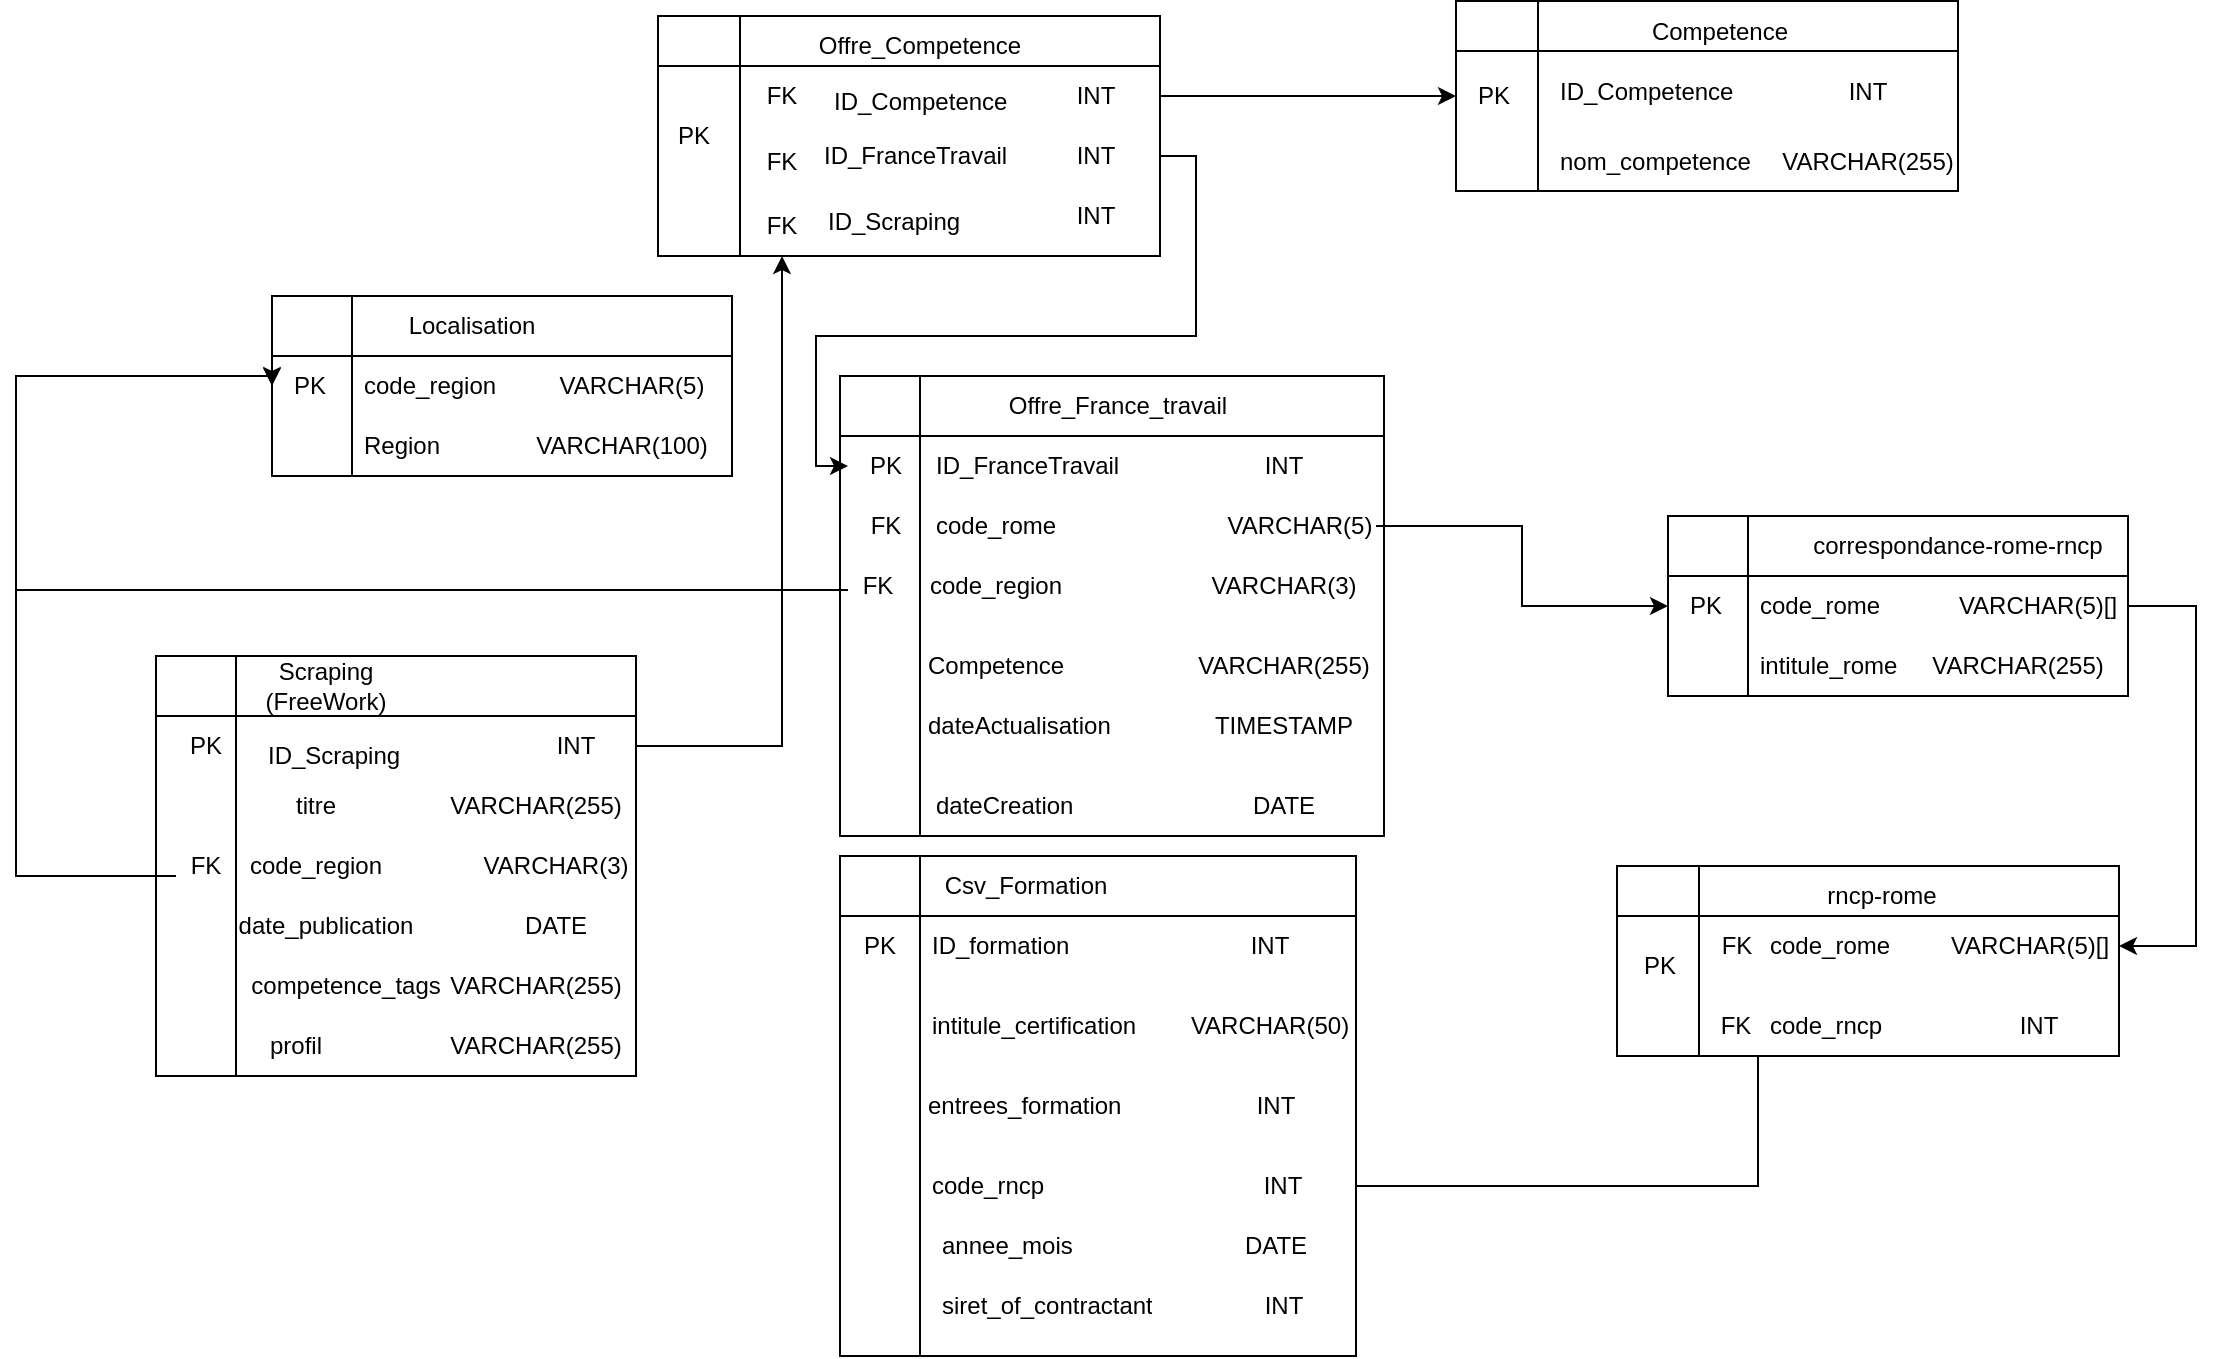
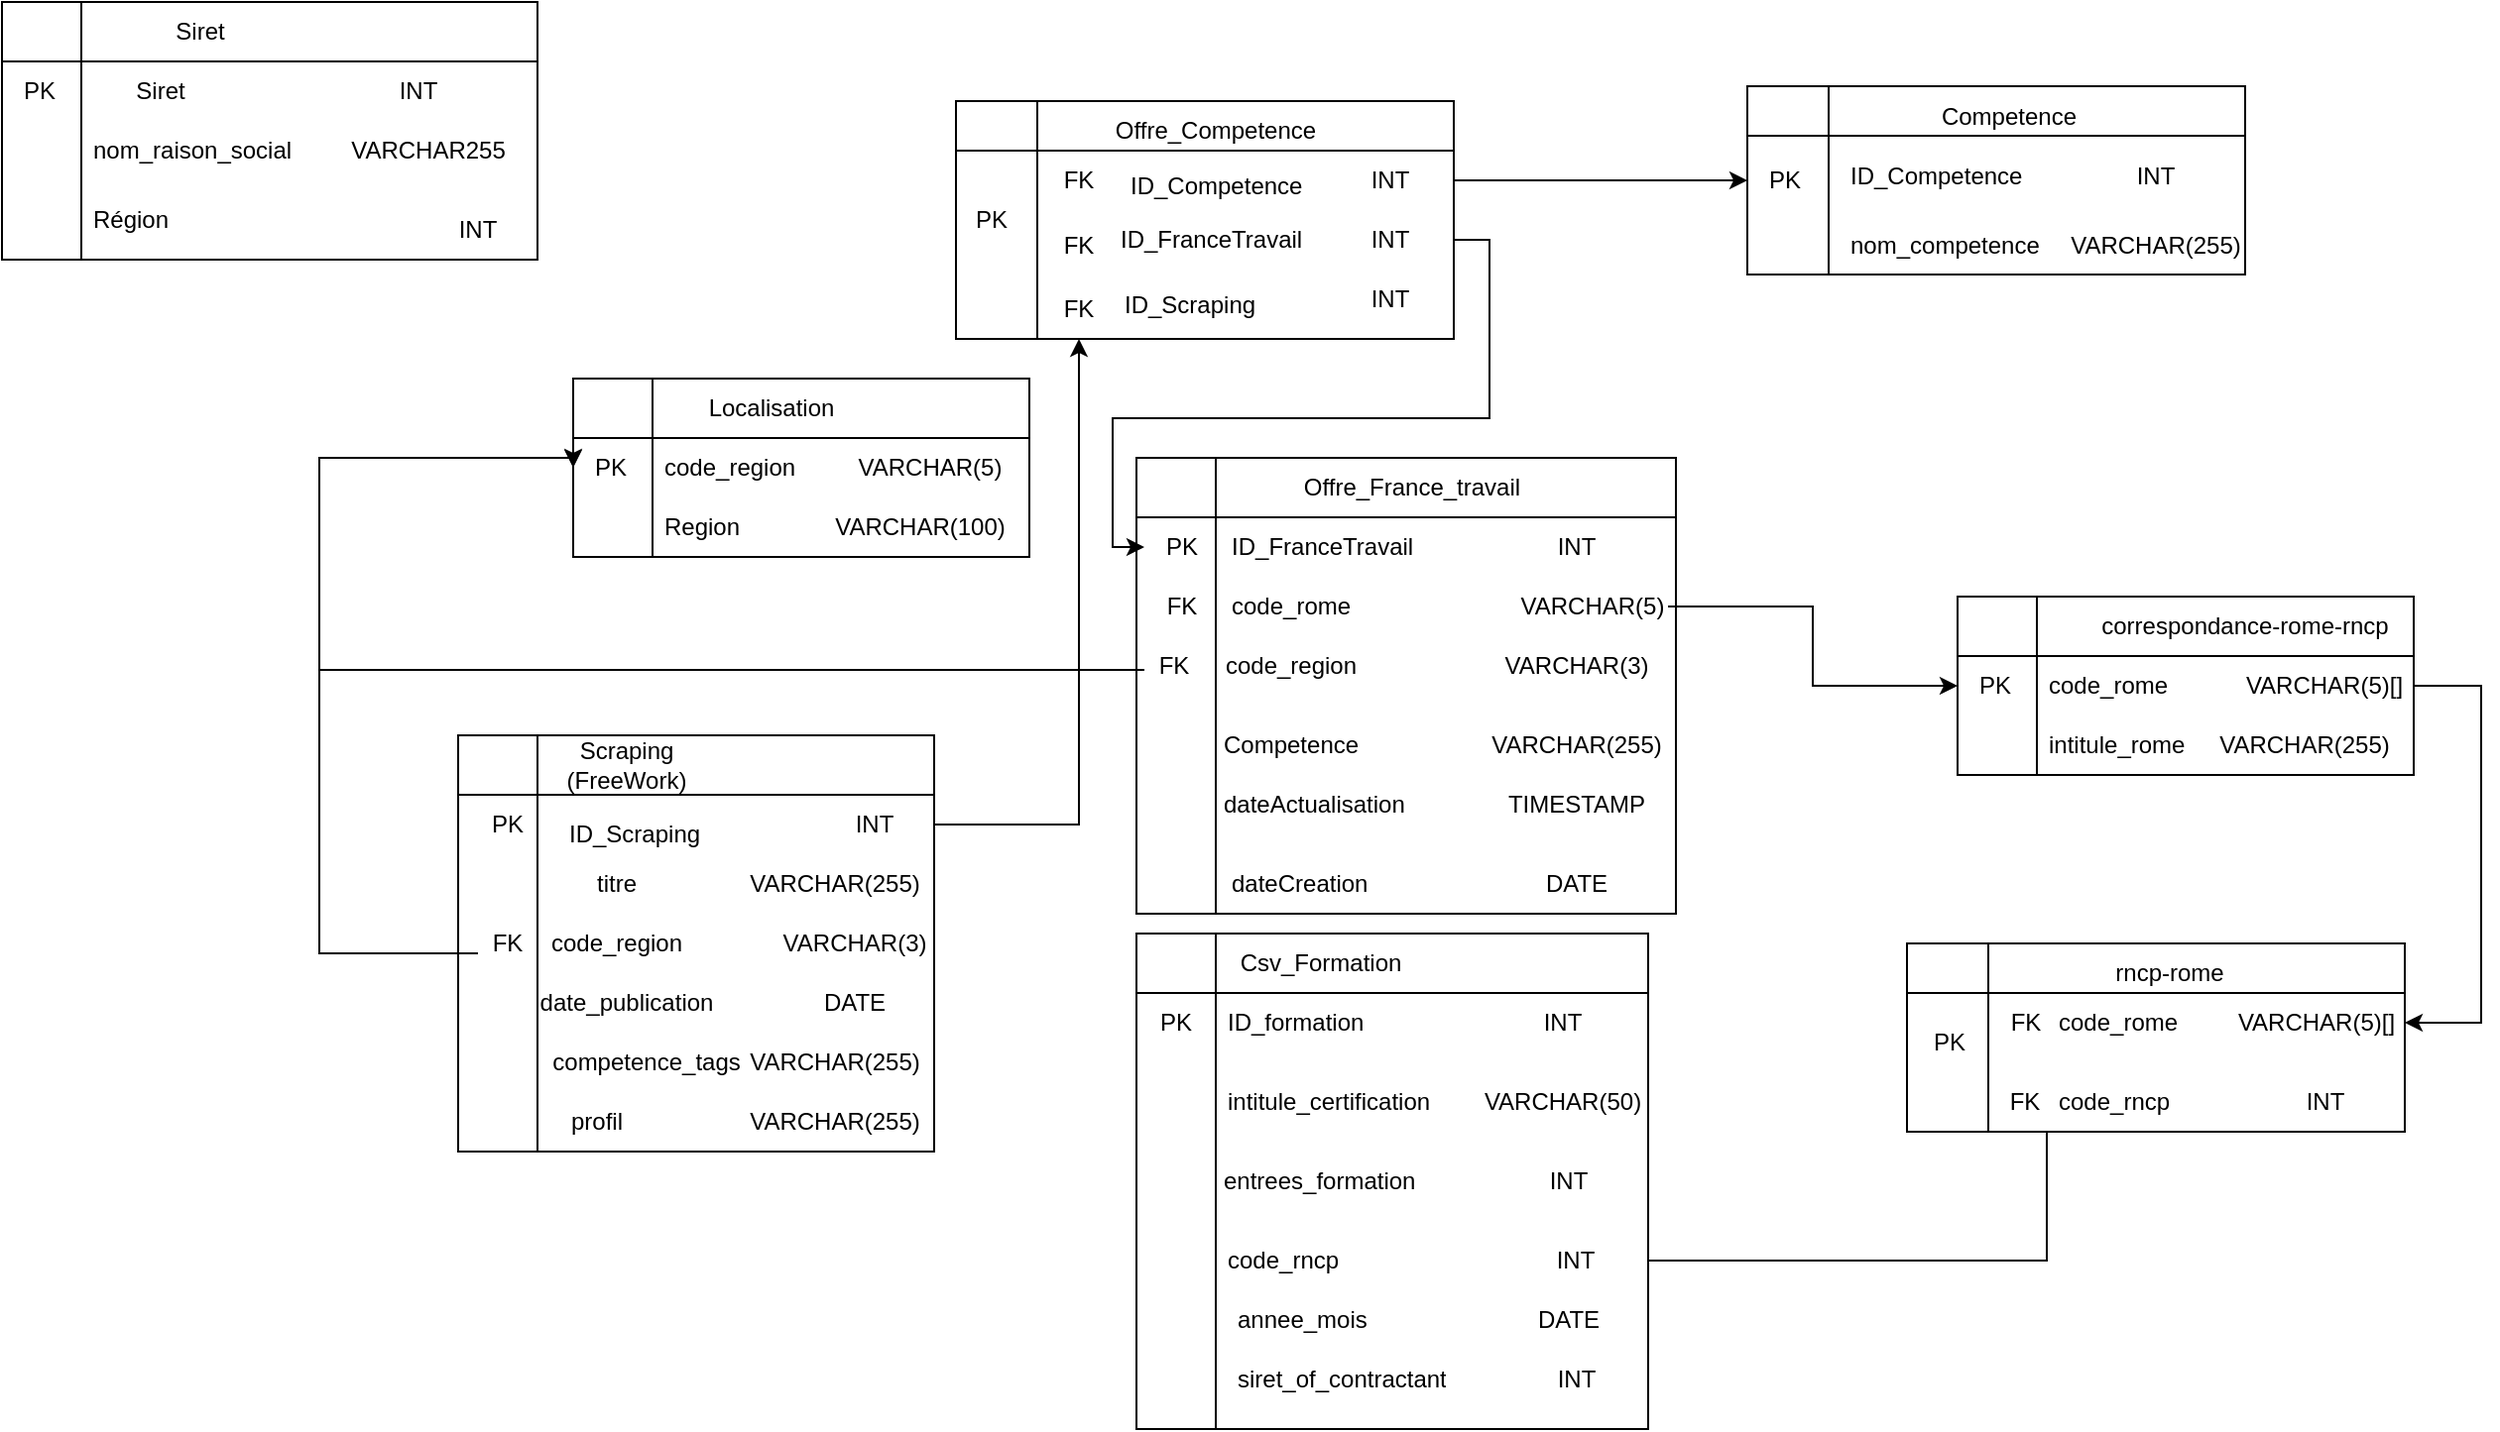
<mxfile host="Electron">
  <diagram name="Page-1" id="a_VvsDKZCs2n-q3zeITP">
-     <mxGraphModel dx="2237" dy="1902" grid="1" gridSize="10" guides="1" tooltips="1" connect="1" arrows="1" fold="1" page="1" pageScale="1" pageWidth="827" pageHeight="1169" math="0" shadow="0">
+     <mxGraphModel dx="2779" dy="2184" grid="1" gridSize="10" guides="1" tooltips="1" connect="1" arrows="1" fold="1" page="1" pageScale="1" pageWidth="827" pageHeight="1169" math="0" shadow="0">
      <root>
        <mxCell id="0" />
        <mxCell id="1" parent="0" />
        <mxCell id="06uHW34ZKOic_WIQbYIw-59" parent="1" style="shape=internalStorage;whiteSpace=wrap;html=1;backgroundOutline=1;dx=40;dy=30;" value="" vertex="1">
          <mxGeometry height="250" width="258" x="22" y="260" as="geometry" />
        </mxCell>
        <mxCell id="06uHW34ZKOic_WIQbYIw-60" parent="1" style="text;html=1;whiteSpace=wrap;strokeColor=none;fillColor=none;align=center;verticalAlign=middle;rounded=0;" value="Csv_Formation" vertex="1">
          <mxGeometry height="30" width="46" x="92" y="260" as="geometry" />
        </mxCell>
        <mxCell id="06uHW34ZKOic_WIQbYIw-58" parent="1" style="text;strokeColor=none;fillColor=none;align=left;verticalAlign=middle;spacingLeft=4;spacingRight=4;overflow=hidden;points=[[0,0.5],[1,0.5]];portConstraint=eastwest;rotatable=0;whiteSpace=wrap;html=1;" value="ID_formation" vertex="1">
          <mxGeometry height="30" width="140" x="62" y="290" as="geometry" />
        </mxCell>
        <mxCell id="06uHW34ZKOic_WIQbYIw-62" parent="1" style="text;html=1;whiteSpace=wrap;strokeColor=none;fillColor=none;align=center;verticalAlign=middle;rounded=0;" value="PK" vertex="1">
          <mxGeometry height="30" width="40" x="22" y="290" as="geometry" />
        </mxCell>
        <mxCell id="06uHW34ZKOic_WIQbYIw-40" parent="1" style="text;strokeColor=none;fillColor=none;align=left;verticalAlign=middle;spacingLeft=4;spacingRight=4;overflow=hidden;points=[[0,0.5],[1,0.5]];portConstraint=eastwest;rotatable=0;whiteSpace=wrap;html=1;" value="intitule_certification" vertex="1">
          <mxGeometry height="30" width="140" x="62" y="330" as="geometry" />
        </mxCell>
        <mxCell id="06uHW34ZKOic_WIQbYIw-41" parent="1" style="text;strokeColor=none;fillColor=none;align=left;verticalAlign=middle;spacingLeft=4;spacingRight=4;overflow=hidden;points=[[0,0.5],[1,0.5]];portConstraint=eastwest;rotatable=0;whiteSpace=wrap;html=1;" value="code_rncp" vertex="1">
          <mxGeometry height="30" width="140" x="62" y="410" as="geometry" />
        </mxCell>
        <mxCell id="06uHW34ZKOic_WIQbYIw-49" parent="1" style="text;strokeColor=none;fillColor=none;align=left;verticalAlign=middle;spacingLeft=4;spacingRight=4;overflow=hidden;points=[[0,0.5],[1,0.5]];portConstraint=eastwest;rotatable=0;whiteSpace=wrap;html=1;" value="annee_mois" vertex="1">
          <mxGeometry height="30" width="140" x="67" y="440" as="geometry" />
        </mxCell>
        <mxCell id="06uHW34ZKOic_WIQbYIw-50" parent="1" style="text;strokeColor=none;fillColor=none;align=left;verticalAlign=middle;spacingLeft=4;spacingRight=4;overflow=hidden;points=[[0,0.5],[1,0.5]];portConstraint=eastwest;rotatable=0;whiteSpace=wrap;html=1;" value="entrees_formation" vertex="1">
          <mxGeometry height="30" width="140" x="60" y="370" as="geometry" />
        </mxCell>
        <mxCell id="06uHW34ZKOic_WIQbYIw-63" parent="1" style="shape=internalStorage;whiteSpace=wrap;html=1;backgroundOutline=1;dx=40;dy=30;" value="" vertex="1">
          <mxGeometry height="230" width="272" x="22" y="20" as="geometry" />
        </mxCell>
        <mxCell id="06uHW34ZKOic_WIQbYIw-64" parent="1" style="shape=internalStorage;whiteSpace=wrap;html=1;backgroundOutline=1;dx=40;dy=30;" value="" vertex="1">
          <mxGeometry height="210" width="240" x="-320" y="160" as="geometry" />
        </mxCell>
        <mxCell id="06uHW34ZKOic_WIQbYIw-66" parent="1" style="text;html=1;whiteSpace=wrap;strokeColor=none;fillColor=none;align=center;verticalAlign=middle;rounded=0;" value="Offre_France_travail" vertex="1">
          <mxGeometry height="30" width="194" x="64" y="20" as="geometry" />
        </mxCell>
        <mxCell id="06uHW34ZKOic_WIQbYIw-52" parent="1" style="text;strokeColor=none;fillColor=none;align=left;verticalAlign=middle;spacingLeft=4;spacingRight=4;overflow=hidden;points=[[0,0.5],[1,0.5]];portConstraint=eastwest;rotatable=0;whiteSpace=wrap;html=1;" value="Competence" vertex="1">
          <mxGeometry height="30" width="140" x="60" y="150" as="geometry" />
        </mxCell>
        <mxCell id="06uHW34ZKOic_WIQbYIw-55" parent="1" style="text;strokeColor=none;fillColor=none;align=left;verticalAlign=middle;spacingLeft=4;spacingRight=4;overflow=hidden;points=[[0,0.5],[1,0.5]];portConstraint=eastwest;rotatable=0;whiteSpace=wrap;html=1;" value="code_rome" vertex="1">
          <mxGeometry height="30" width="140" x="64" y="80" as="geometry" />
        </mxCell>
        <mxCell id="06uHW34ZKOic_WIQbYIw-3" parent="1" style="text;strokeColor=none;fillColor=none;align=left;verticalAlign=middle;spacingLeft=4;spacingRight=4;overflow=hidden;points=[[0,0.5],[1,0.5]];portConstraint=eastwest;rotatable=0;whiteSpace=wrap;html=1;" value="dateActualisation" vertex="1">
          <mxGeometry height="30" width="140" x="60" y="180" as="geometry" />
        </mxCell>
        <mxCell id="06uHW34ZKOic_WIQbYIw-4" parent="1" style="text;strokeColor=none;fillColor=none;align=left;verticalAlign=middle;spacingLeft=4;spacingRight=4;overflow=hidden;points=[[0,0.5],[1,0.5]];portConstraint=eastwest;rotatable=0;whiteSpace=wrap;html=1;" value="dateCreation" vertex="1">
          <mxGeometry height="30" width="140" x="64" y="220" as="geometry" />
        </mxCell>
        <mxCell id="06uHW34ZKOic_WIQbYIw-68" parent="1" style="text;html=1;whiteSpace=wrap;strokeColor=none;fillColor=none;align=center;verticalAlign=middle;rounded=0;" value="PK" vertex="1">
          <mxGeometry height="30" width="38" x="26" y="50" as="geometry" />
        </mxCell>
        <mxCell id="06uHW34ZKOic_WIQbYIw-69" parent="1" style="text;strokeColor=none;fillColor=none;align=left;verticalAlign=middle;spacingLeft=4;spacingRight=4;overflow=hidden;points=[[0,0.5],[1,0.5]];portConstraint=eastwest;rotatable=0;whiteSpace=wrap;html=1;" value="ID_&lt;span style=&quot;background-color: transparent; color: light-dark(rgb(0, 0, 0), rgb(255, 255, 255));&quot;&gt;FranceTravail&lt;/span&gt;" vertex="1">
          <mxGeometry height="30" width="140" x="64" y="50" as="geometry" />
        </mxCell>
        <mxCell id="06uHW34ZKOic_WIQbYIw-72" parent="1" style="text;html=1;whiteSpace=wrap;strokeColor=none;fillColor=none;align=center;verticalAlign=middle;rounded=0;" value="Scraping (FreeWork)" vertex="1">
          <mxGeometry height="30" width="90" x="-280" y="160" as="geometry" />
        </mxCell>
        <mxCell id="06uHW34ZKOic_WIQbYIw-73" parent="1" style="text;html=1;whiteSpace=wrap;strokeColor=none;fillColor=none;align=center;verticalAlign=middle;rounded=0;" value="PK" vertex="1">
          <mxGeometry height="30" width="50" x="-320" y="190" as="geometry" />
        </mxCell>
        <mxCell id="06uHW34ZKOic_WIQbYIw-74" parent="1" style="text;strokeColor=none;fillColor=none;align=left;verticalAlign=middle;spacingLeft=4;spacingRight=4;overflow=hidden;points=[[0,0.5],[1,0.5]];portConstraint=eastwest;rotatable=0;whiteSpace=wrap;html=1;" value="ID_Scraping" vertex="1">
          <mxGeometry height="20" width="90" x="-270" y="200" as="geometry" />
        </mxCell>
        <mxCell id="06uHW34ZKOic_WIQbYIw-86" parent="1" style="text;html=1;whiteSpace=wrap;strokeColor=none;fillColor=none;align=center;verticalAlign=middle;rounded=0;" value="INT" vertex="1">
          <mxGeometry height="30" width="60" x="214" y="50" as="geometry" />
        </mxCell>
        <mxCell id="GHxzwjz7yCiV_zcave8q-24" edge="1" parent="1" source="06uHW34ZKOic_WIQbYIw-89" style="edgeStyle=orthogonalEdgeStyle;rounded=0;orthogonalLoop=1;jettySize=auto;html=1;entryX=0;entryY=0.5;entryDx=0;entryDy=0;" target="GHxzwjz7yCiV_zcave8q-12">
          <mxGeometry relative="1" as="geometry" />
        </mxCell>
        <mxCell id="06uHW34ZKOic_WIQbYIw-89" parent="1" style="text;html=1;whiteSpace=wrap;strokeColor=none;fillColor=none;align=center;verticalAlign=middle;rounded=0;" value="VARCHAR(5)" vertex="1">
          <mxGeometry height="30" width="76" x="214" y="80" as="geometry" />
        </mxCell>
        <mxCell id="06uHW34ZKOic_WIQbYIw-91" parent="1" style="text;html=1;whiteSpace=wrap;strokeColor=none;fillColor=none;align=center;verticalAlign=middle;rounded=0;" value="TIMESTAMP" vertex="1">
          <mxGeometry height="30" width="100" x="194" y="180" as="geometry" />
        </mxCell>
        <mxCell id="06uHW34ZKOic_WIQbYIw-92" parent="1" style="text;html=1;whiteSpace=wrap;strokeColor=none;fillColor=none;align=center;verticalAlign=middle;rounded=0;" value="DATE" vertex="1">
          <mxGeometry height="30" width="100" x="194" y="220" as="geometry" />
        </mxCell>
        <mxCell id="06uHW34ZKOic_WIQbYIw-93" parent="1" style="text;html=1;whiteSpace=wrap;strokeColor=none;fillColor=none;align=center;verticalAlign=middle;rounded=0;" value="VARCHAR(255)" vertex="1">
          <mxGeometry height="30" width="60" x="214" y="150" as="geometry" />
        </mxCell>
        <mxCell id="06uHW34ZKOic_WIQbYIw-94" parent="1" style="text;html=1;whiteSpace=wrap;strokeColor=none;fillColor=none;align=center;verticalAlign=middle;rounded=0;" value="INT" vertex="1">
          <mxGeometry height="30" width="30" x="222" y="290" as="geometry" />
        </mxCell>
        <mxCell id="06uHW34ZKOic_WIQbYIw-97" parent="1" style="text;html=1;whiteSpace=wrap;strokeColor=none;fillColor=none;align=center;verticalAlign=middle;rounded=0;" value="DATE" vertex="1">
          <mxGeometry height="30" width="60" x="210" y="440" as="geometry" />
        </mxCell>
        <mxCell id="GHxzwjz7yCiV_zcave8q-21" edge="1" parent="1" source="06uHW34ZKOic_WIQbYIw-99" style="edgeStyle=orthogonalEdgeStyle;rounded=0;orthogonalLoop=1;jettySize=auto;html=1;entryX=0;entryY=0.5;entryDx=0;entryDy=0;" target="GHxzwjz7yCiV_zcave8q-17">
          <mxGeometry relative="1" as="geometry">
            <Array as="points">
              <mxPoint x="481" y="425" />
            </Array>
          </mxGeometry>
        </mxCell>
        <mxCell id="06uHW34ZKOic_WIQbYIw-99" parent="1" style="text;html=1;whiteSpace=wrap;strokeColor=none;fillColor=none;align=center;verticalAlign=middle;rounded=0;" value="INT" vertex="1">
          <mxGeometry height="30" width="73" x="207" y="410" as="geometry" />
        </mxCell>
        <mxCell id="06uHW34ZKOic_WIQbYIw-100" parent="1" style="text;html=1;whiteSpace=wrap;strokeColor=none;fillColor=none;align=center;verticalAlign=middle;rounded=0;" value="INT" vertex="1">
          <mxGeometry height="30" width="60" x="210" y="370" as="geometry" />
        </mxCell>
        <mxCell id="06uHW34ZKOic_WIQbYIw-101" parent="1" style="text;html=1;whiteSpace=wrap;strokeColor=none;fillColor=none;align=center;verticalAlign=middle;rounded=0;" value="VARCHAR(50)" vertex="1">
          <mxGeometry height="30" width="60" x="207" y="330" as="geometry" />
        </mxCell>
        <mxCell id="dOXcbB4GjKJOBOan339F-30" edge="1" parent="1" source="06uHW34ZKOic_WIQbYIw-109" style="edgeStyle=orthogonalEdgeStyle;rounded=0;orthogonalLoop=1;jettySize=auto;html=1;entryX=0.5;entryY=1;entryDx=0;entryDy=0;" target="dOXcbB4GjKJOBOan339F-28">
          <mxGeometry relative="1" as="geometry" />
        </mxCell>
        <mxCell id="06uHW34ZKOic_WIQbYIw-109" parent="1" style="text;html=1;whiteSpace=wrap;strokeColor=none;fillColor=none;align=center;verticalAlign=middle;rounded=0;" value="INT" vertex="1">
          <mxGeometry height="30" width="60" x="-140" y="190" as="geometry" />
        </mxCell>
        <mxCell id="06uHW34ZKOic_WIQbYIw-113" parent="1" style="text;html=1;whiteSpace=wrap;strokeColor=none;fillColor=none;align=center;verticalAlign=middle;rounded=0;" value="date_publication" vertex="1">
          <mxGeometry height="30" width="60" x="-265" y="280" as="geometry" />
        </mxCell>
        <mxCell id="06uHW34ZKOic_WIQbYIw-114" parent="1" style="text;html=1;whiteSpace=wrap;strokeColor=none;fillColor=none;align=center;verticalAlign=middle;rounded=0;" value="DATE" vertex="1">
          <mxGeometry height="30" width="60" x="-150" y="280" as="geometry" />
        </mxCell>
        <mxCell id="06uHW34ZKOic_WIQbYIw-117" parent="1" style="text;html=1;whiteSpace=wrap;strokeColor=none;fillColor=none;align=center;verticalAlign=middle;rounded=0;" value="competence_tags" vertex="1">
          <mxGeometry height="30" width="60" x="-255" y="310" as="geometry" />
        </mxCell>
        <mxCell id="06uHW34ZKOic_WIQbYIw-118" parent="1" style="text;html=1;whiteSpace=wrap;strokeColor=none;fillColor=none;align=center;verticalAlign=middle;rounded=0;" value="profil" vertex="1">
          <mxGeometry height="30" width="60" x="-280" y="340" as="geometry" />
        </mxCell>
        <mxCell id="06uHW34ZKOic_WIQbYIw-120" parent="1" style="text;html=1;whiteSpace=wrap;strokeColor=none;fillColor=none;align=center;verticalAlign=middle;rounded=0;" value="VARCHAR(255)" vertex="1">
          <mxGeometry height="30" width="100" x="-180" y="220" as="geometry" />
        </mxCell>
        <mxCell id="06uHW34ZKOic_WIQbYIw-121" parent="1" style="text;html=1;whiteSpace=wrap;strokeColor=none;fillColor=none;align=center;verticalAlign=middle;rounded=0;" value="VARCHAR(255)" vertex="1">
          <mxGeometry height="30" width="60" x="-160" y="340" as="geometry" />
        </mxCell>
        <mxCell id="06uHW34ZKOic_WIQbYIw-122" parent="1" style="text;html=1;whiteSpace=wrap;strokeColor=none;fillColor=none;align=center;verticalAlign=middle;rounded=0;" value="titre" vertex="1">
          <mxGeometry height="30" width="60" x="-270" y="220" as="geometry" />
        </mxCell>
        <mxCell id="06uHW34ZKOic_WIQbYIw-123" parent="1" style="text;html=1;whiteSpace=wrap;strokeColor=none;fillColor=none;align=center;verticalAlign=middle;rounded=0;" value="VARCHAR(255)" vertex="1">
          <mxGeometry height="30" width="60" x="-160" y="310" as="geometry" />
        </mxCell>
        <mxCell id="06uHW34ZKOic_WIQbYIw-128" parent="1" style="shape=internalStorage;whiteSpace=wrap;html=1;backgroundOutline=1;dx=40;dy=30;" value="" vertex="1">
          <mxGeometry height="90" width="230" x="436" y="90" as="geometry" />
        </mxCell>
        <mxCell id="06uHW34ZKOic_WIQbYIw-129" parent="1" style="text;html=1;whiteSpace=wrap;strokeColor=none;fillColor=none;align=center;verticalAlign=middle;rounded=0;" value="correspondance-rome-rncp" vertex="1">
          <mxGeometry height="30" width="210" x="476" y="90" as="geometry" />
        </mxCell>
        <mxCell id="06uHW34ZKOic_WIQbYIw-131" parent="1" style="text;strokeColor=none;fillColor=none;align=left;verticalAlign=middle;spacingLeft=4;spacingRight=4;overflow=hidden;points=[[0,0.5],[1,0.5]];portConstraint=eastwest;rotatable=0;whiteSpace=wrap;html=1;" value="intitule_rome" vertex="1">
          <mxGeometry height="30" width="140" x="476" y="150" as="geometry" />
        </mxCell>
        <mxCell id="06uHW34ZKOic_WIQbYIw-132" parent="1" style="text;strokeColor=none;fillColor=none;align=left;verticalAlign=middle;spacingLeft=4;spacingRight=4;overflow=hidden;points=[[0,0.5],[1,0.5]];portConstraint=eastwest;rotatable=0;whiteSpace=wrap;html=1;" value="code_rome" vertex="1">
          <mxGeometry height="30" width="140" x="476" y="120" as="geometry" />
        </mxCell>
        <mxCell id="06uHW34ZKOic_WIQbYIw-140" parent="1" style="text;html=1;whiteSpace=wrap;strokeColor=none;fillColor=none;align=center;verticalAlign=middle;rounded=0;" value="VARCHAR(255)" vertex="1">
          <mxGeometry height="30" width="90" x="566" y="150" as="geometry" />
        </mxCell>
        <mxCell id="GHxzwjz7yCiV_zcave8q-23" edge="1" parent="1" source="06uHW34ZKOic_WIQbYIw-141" style="edgeStyle=orthogonalEdgeStyle;rounded=0;orthogonalLoop=1;jettySize=auto;html=1;entryX=1;entryY=0.5;entryDx=0;entryDy=0;" target="GHxzwjz7yCiV_zcave8q-19">
          <mxGeometry relative="1" as="geometry">
            <Array as="points">
              <mxPoint x="700" y="135" />
              <mxPoint x="700" y="305" />
            </Array>
          </mxGeometry>
        </mxCell>
        <mxCell id="06uHW34ZKOic_WIQbYIw-141" parent="1" style="text;html=1;whiteSpace=wrap;strokeColor=none;fillColor=none;align=center;verticalAlign=middle;rounded=0;" value="VARCHAR(5)[]" vertex="1">
          <mxGeometry height="30" width="90" x="576" y="120" as="geometry" />
        </mxCell>
        <mxCell id="06uHW34ZKOic_WIQbYIw-156" parent="1" style="text;html=1;whiteSpace=wrap;strokeColor=none;fillColor=none;align=center;verticalAlign=middle;rounded=0;" value="FK" vertex="1">
          <mxGeometry height="30" width="30" x="30" y="80" as="geometry" />
        </mxCell>
        <mxCell id="06uHW34ZKOic_WIQbYIw-164" parent="1" style="shape=internalStorage;whiteSpace=wrap;html=1;backgroundOutline=1;dx=40;dy=30;" value="" vertex="1">
          <mxGeometry height="90" width="230" x="-262" y="-20" as="geometry" />
        </mxCell>
        <mxCell id="06uHW34ZKOic_WIQbYIw-165" parent="1" style="text;html=1;whiteSpace=wrap;strokeColor=none;fillColor=none;align=center;verticalAlign=middle;rounded=0;" value="Localisation" vertex="1">
          <mxGeometry height="30" width="60" x="-192" y="-20" as="geometry" />
        </mxCell>
        <mxCell id="06uHW34ZKOic_WIQbYIw-166" parent="1" style="text;strokeColor=none;fillColor=none;align=left;verticalAlign=middle;spacingLeft=4;spacingRight=4;overflow=hidden;points=[[0,0.5],[1,0.5]];portConstraint=eastwest;rotatable=0;whiteSpace=wrap;html=1;" value="Region" vertex="1">
          <mxGeometry height="30" width="140" x="-222" y="40" as="geometry" />
        </mxCell>
        <mxCell id="06uHW34ZKOic_WIQbYIw-167" parent="1" style="text;strokeColor=none;fillColor=none;align=left;verticalAlign=middle;spacingLeft=4;spacingRight=4;overflow=hidden;points=[[0,0.5],[1,0.5]];portConstraint=eastwest;rotatable=0;whiteSpace=wrap;html=1;" value="code_region" vertex="1">
          <mxGeometry height="30" width="140" x="-222" y="10" as="geometry" />
        </mxCell>
        <mxCell id="06uHW34ZKOic_WIQbYIw-168" parent="1" style="text;html=1;whiteSpace=wrap;strokeColor=none;fillColor=none;align=center;verticalAlign=middle;rounded=0;" value="PK" vertex="1">
          <mxGeometry height="30" width="38" x="-262" y="10" as="geometry" />
        </mxCell>
        <mxCell id="06uHW34ZKOic_WIQbYIw-169" parent="1" style="text;html=1;whiteSpace=wrap;strokeColor=none;fillColor=none;align=center;verticalAlign=middle;rounded=0;" value="VARCHAR(100)" vertex="1">
          <mxGeometry height="30" width="90" x="-132" y="40" as="geometry" />
        </mxCell>
        <mxCell id="06uHW34ZKOic_WIQbYIw-170" parent="1" style="text;html=1;whiteSpace=wrap;strokeColor=none;fillColor=none;align=center;verticalAlign=middle;rounded=0;" value="VARCHAR(5)" vertex="1">
          <mxGeometry height="30" width="80" x="-122" y="10" as="geometry" />
        </mxCell>
        <mxCell id="06uHW34ZKOic_WIQbYIw-180" parent="1" style="text;html=1;whiteSpace=wrap;strokeColor=none;fillColor=none;align=center;verticalAlign=middle;rounded=0;" value="code_region" vertex="1">
          <mxGeometry height="30" width="60" x="70" y="110" as="geometry" />
        </mxCell>
        <mxCell id="06uHW34ZKOic_WIQbYIw-181" parent="1" style="text;html=1;whiteSpace=wrap;strokeColor=none;fillColor=none;align=center;verticalAlign=middle;rounded=0;" value="VARCHAR(3)" vertex="1">
          <mxGeometry height="30" width="60" x="214" y="110" as="geometry" />
        </mxCell>
        <mxCell id="06uHW34ZKOic_WIQbYIw-192" edge="1" parent="1" style="edgeStyle=orthogonalEdgeStyle;rounded=0;orthogonalLoop=1;jettySize=auto;html=1;entryX=0;entryY=0.25;entryDx=0;entryDy=0;">
          <mxGeometry relative="1" as="geometry">
            <Array as="points">
              <mxPoint x="-390" y="127" />
              <mxPoint x="-390" y="20" />
              <mxPoint x="-262" y="20" />
            </Array>
            <mxPoint x="26" y="127" as="sourcePoint" />
            <mxPoint x="-262" y="24.5" as="targetPoint" />
          </mxGeometry>
        </mxCell>
        <mxCell id="06uHW34ZKOic_WIQbYIw-182" parent="1" style="text;html=1;whiteSpace=wrap;strokeColor=none;fillColor=none;align=center;verticalAlign=middle;rounded=0;" value="FK" vertex="1">
          <mxGeometry height="30" width="30" x="26" y="110" as="geometry" />
        </mxCell>
        <mxCell id="06uHW34ZKOic_WIQbYIw-185" parent="1" style="text;html=1;whiteSpace=wrap;strokeColor=none;fillColor=none;align=center;verticalAlign=middle;rounded=0;" value="code_region" vertex="1">
          <mxGeometry height="30" width="60" x="-270" y="250" as="geometry" />
        </mxCell>
        <mxCell id="06uHW34ZKOic_WIQbYIw-195" edge="1" parent="1" source="06uHW34ZKOic_WIQbYIw-186" style="edgeStyle=orthogonalEdgeStyle;rounded=0;orthogonalLoop=1;jettySize=auto;html=1;entryX=0;entryY=0.5;entryDx=0;entryDy=0;" target="06uHW34ZKOic_WIQbYIw-168">
          <mxGeometry relative="1" as="geometry">
            <Array as="points">
              <mxPoint x="-390" y="270" />
              <mxPoint x="-390" y="20" />
              <mxPoint x="-262" y="20" />
            </Array>
          </mxGeometry>
        </mxCell>
        <mxCell id="06uHW34ZKOic_WIQbYIw-186" parent="1" style="text;html=1;whiteSpace=wrap;strokeColor=none;fillColor=none;align=center;verticalAlign=middle;rounded=0;" value="FK" vertex="1">
          <mxGeometry height="30" width="30" x="-310" y="250" as="geometry" />
        </mxCell>
        <mxCell id="06uHW34ZKOic_WIQbYIw-187" parent="1" style="text;html=1;whiteSpace=wrap;strokeColor=none;fillColor=none;align=center;verticalAlign=middle;rounded=0;" value="VARCHAR(3)" vertex="1">
          <mxGeometry height="30" width="60" x="-150" y="250" as="geometry" />
        </mxCell>
        <mxCell id="dOXcbB4GjKJOBOan339F-4" parent="1" style="shape=internalStorage;whiteSpace=wrap;html=1;backgroundOutline=1;dx=41;dy=25;" value="" vertex="1">
          <mxGeometry height="95" width="251" x="330" y="-167.5" as="geometry" />
        </mxCell>
        <mxCell id="dOXcbB4GjKJOBOan339F-5" parent="1" style="text;html=1;whiteSpace=wrap;strokeColor=none;fillColor=none;align=center;verticalAlign=middle;rounded=0;" value="Competence" vertex="1">
          <mxGeometry height="30" width="188" x="368" y="-167.5" as="geometry" />
        </mxCell>
        <mxCell id="dOXcbB4GjKJOBOan339F-6" parent="1" style="text;strokeColor=none;fillColor=none;align=left;verticalAlign=middle;spacingLeft=4;spacingRight=4;overflow=hidden;points=[[0,0.5],[1,0.5]];portConstraint=eastwest;rotatable=0;whiteSpace=wrap;html=1;" value="ID_Competence" vertex="1">
          <mxGeometry height="30" width="140" x="375.5" y="-137.5" as="geometry" />
        </mxCell>
        <mxCell id="dOXcbB4GjKJOBOan339F-7" parent="1" style="text;html=1;whiteSpace=wrap;strokeColor=none;fillColor=none;align=center;verticalAlign=middle;rounded=0;" value="PK" vertex="1">
          <mxGeometry height="25" width="38" x="330" y="-132.5" as="geometry" />
        </mxCell>
        <mxCell id="dOXcbB4GjKJOBOan339F-8" parent="1" style="text;strokeColor=none;fillColor=none;align=left;verticalAlign=middle;spacingLeft=4;spacingRight=4;overflow=hidden;points=[[0,0.5],[1,0.5]];portConstraint=eastwest;rotatable=0;whiteSpace=wrap;html=1;" value="nom_competence" vertex="1">
          <mxGeometry height="30" width="140" x="375.5" y="-102.5" as="geometry" />
        </mxCell>
        <mxCell id="dOXcbB4GjKJOBOan339F-9" parent="1" style="text;html=1;whiteSpace=wrap;strokeColor=none;fillColor=none;align=center;verticalAlign=middle;rounded=0;" value="INT" vertex="1">
          <mxGeometry height="30" width="90" x="491" y="-137.5" as="geometry" />
        </mxCell>
        <mxCell id="dOXcbB4GjKJOBOan339F-10" parent="1" style="text;html=1;whiteSpace=wrap;strokeColor=none;fillColor=none;align=center;verticalAlign=middle;rounded=0;" value="VARCHAR(255)" vertex="1">
          <mxGeometry height="30" width="90" x="491" y="-102.5" as="geometry" />
        </mxCell>
        <mxCell id="dOXcbB4GjKJOBOan339F-11" parent="1" style="shape=internalStorage;whiteSpace=wrap;html=1;backgroundOutline=1;dx=41;dy=25;" value="" vertex="1">
          <mxGeometry height="120" width="251" x="-69" y="-160" as="geometry" />
        </mxCell>
        <mxCell id="dOXcbB4GjKJOBOan339F-12" parent="1" style="text;html=1;whiteSpace=wrap;strokeColor=none;fillColor=none;align=center;verticalAlign=middle;rounded=0;" value="Offre_Competence" vertex="1">
          <mxGeometry height="30" width="188" x="-32" y="-160" as="geometry" />
        </mxCell>
        <mxCell id="dOXcbB4GjKJOBOan339F-13" parent="1" style="text;html=1;whiteSpace=wrap;strokeColor=none;fillColor=none;align=center;verticalAlign=middle;rounded=0;" value="PK" vertex="1">
          <mxGeometry height="30" width="38" x="-70" y="-115" as="geometry" />
        </mxCell>
        <mxCell id="dOXcbB4GjKJOBOan339F-14" parent="1" style="text;html=1;whiteSpace=wrap;strokeColor=none;fillColor=none;align=center;verticalAlign=middle;rounded=0;" value="FK" vertex="1">
          <mxGeometry height="30" width="30" x="-22" y="-135" as="geometry" />
        </mxCell>
        <mxCell id="dOXcbB4GjKJOBOan339F-15" parent="1" style="text;html=1;whiteSpace=wrap;strokeColor=none;fillColor=none;align=center;verticalAlign=middle;rounded=0;" value="FK" vertex="1">
          <mxGeometry height="30" width="30" x="-22" y="-102.5" as="geometry" />
        </mxCell>
        <mxCell id="dOXcbB4GjKJOBOan339F-16" parent="1" style="text;strokeColor=none;fillColor=none;align=left;verticalAlign=middle;spacingLeft=4;spacingRight=4;overflow=hidden;points=[[0,0.5],[1,0.5]];portConstraint=eastwest;rotatable=0;whiteSpace=wrap;html=1;" value="ID_Competence" vertex="1">
          <mxGeometry height="30" width="140" x="13" y="-132.5" as="geometry" />
        </mxCell>
        <mxCell id="dOXcbB4GjKJOBOan339F-17" parent="1" style="text;strokeColor=none;fillColor=none;align=left;verticalAlign=middle;spacingLeft=4;spacingRight=4;overflow=hidden;points=[[0,0.5],[1,0.5]];portConstraint=eastwest;rotatable=0;whiteSpace=wrap;html=1;" value="ID_FranceTravail" vertex="1">
          <mxGeometry height="30" width="140" x="8" y="-105" as="geometry" />
        </mxCell>
        <mxCell id="dOXcbB4GjKJOBOan339F-20" edge="1" parent="1" source="dOXcbB4GjKJOBOan339F-18" style="edgeStyle=orthogonalEdgeStyle;rounded=0;orthogonalLoop=1;jettySize=auto;html=1;" target="dOXcbB4GjKJOBOan339F-7">
          <mxGeometry relative="1" as="geometry">
            <Array as="points">
              <mxPoint x="310" y="-120" />
              <mxPoint x="310" y="-120" />
            </Array>
          </mxGeometry>
        </mxCell>
        <mxCell id="dOXcbB4GjKJOBOan339F-18" parent="1" style="text;html=1;whiteSpace=wrap;strokeColor=none;fillColor=none;align=center;verticalAlign=middle;rounded=0;" value="INT" vertex="1">
          <mxGeometry height="30" width="64" x="118" y="-135" as="geometry" />
        </mxCell>
        <mxCell id="dOXcbB4GjKJOBOan339F-25" edge="1" parent="1" source="dOXcbB4GjKJOBOan339F-19" style="edgeStyle=orthogonalEdgeStyle;rounded=0;orthogonalLoop=1;jettySize=auto;html=1;entryX=0;entryY=0.5;entryDx=0;entryDy=0;" target="06uHW34ZKOic_WIQbYIw-68">
          <mxGeometry relative="1" as="geometry">
            <Array as="points">
              <mxPoint x="200" y="-90" />
              <mxPoint x="200" />
              <mxPoint x="10" />
              <mxPoint x="10" y="65" />
            </Array>
          </mxGeometry>
        </mxCell>
        <mxCell id="dOXcbB4GjKJOBOan339F-19" parent="1" style="text;html=1;whiteSpace=wrap;strokeColor=none;fillColor=none;align=center;verticalAlign=middle;rounded=0;" value="INT" vertex="1">
          <mxGeometry height="30" width="64" x="118" y="-105" as="geometry" />
        </mxCell>
        <mxCell id="dOXcbB4GjKJOBOan339F-26" parent="1" style="text;strokeColor=none;fillColor=none;align=left;verticalAlign=middle;spacingLeft=4;spacingRight=4;overflow=hidden;points=[[0,0.5],[1,0.5]];portConstraint=eastwest;rotatable=0;whiteSpace=wrap;html=1;" value="ID_Scraping" vertex="1">
          <mxGeometry height="35" width="100.5" x="10" y="-75" as="geometry" />
        </mxCell>
        <mxCell id="dOXcbB4GjKJOBOan339F-27" parent="1" style="text;html=1;whiteSpace=wrap;strokeColor=none;fillColor=none;align=center;verticalAlign=middle;rounded=0;" value="INT" vertex="1">
          <mxGeometry height="30" width="64" x="118" y="-75" as="geometry" />
        </mxCell>
        <mxCell id="dOXcbB4GjKJOBOan339F-28" parent="1" style="text;html=1;whiteSpace=wrap;strokeColor=none;fillColor=none;align=center;verticalAlign=middle;rounded=0;" value="FK" vertex="1">
          <mxGeometry height="30" width="30" x="-22" y="-70" as="geometry" />
        </mxCell>
        <mxCell id="GHxzwjz7yCiV_zcave8q-2" parent="1" style="shape=internalStorage;whiteSpace=wrap;html=1;backgroundOutline=1;dx=41;dy=25;" value="" vertex="1">
          <mxGeometry height="95" width="251" x="410.5" y="265" as="geometry" />
        </mxCell>
        <mxCell id="GHxzwjz7yCiV_zcave8q-3" parent="1" style="text;html=1;whiteSpace=wrap;strokeColor=none;fillColor=none;align=center;verticalAlign=middle;rounded=0;" value="rncp-rome" vertex="1">
          <mxGeometry height="30" width="188" x="448.5" y="265" as="geometry" />
        </mxCell>
        <mxCell id="GHxzwjz7yCiV_zcave8q-9" parent="1" style="text;strokeColor=none;fillColor=none;align=left;verticalAlign=middle;spacingLeft=4;spacingRight=4;overflow=hidden;points=[[0,0.5],[1,0.5]];portConstraint=eastwest;rotatable=0;whiteSpace=wrap;html=1;" value="siret_of_contractant" vertex="1">
          <mxGeometry height="30" width="140" x="67" y="470" as="geometry" />
        </mxCell>
        <mxCell id="GHxzwjz7yCiV_zcave8q-10" parent="1" style="text;html=1;whiteSpace=wrap;strokeColor=none;fillColor=none;align=center;verticalAlign=middle;rounded=0;" value="INT" vertex="1">
          <mxGeometry height="30" width="60" x="214" y="470" as="geometry" />
        </mxCell>
        <mxCell id="GHxzwjz7yCiV_zcave8q-12" parent="1" style="text;html=1;whiteSpace=wrap;strokeColor=none;fillColor=none;align=center;verticalAlign=middle;rounded=0;" value="PK" vertex="1">
          <mxGeometry height="30" width="38" x="436" y="120" as="geometry" />
        </mxCell>
        <mxCell id="GHxzwjz7yCiV_zcave8q-15" parent="1" style="text;html=1;whiteSpace=wrap;strokeColor=none;fillColor=none;align=center;verticalAlign=middle;rounded=0;" value="PK" vertex="1">
          <mxGeometry height="30" width="38" x="413" y="300" as="geometry" />
        </mxCell>
        <mxCell id="GHxzwjz7yCiV_zcave8q-16" parent="1" style="text;strokeColor=none;fillColor=none;align=left;verticalAlign=middle;spacingLeft=4;spacingRight=4;overflow=hidden;points=[[0,0.5],[1,0.5]];portConstraint=eastwest;rotatable=0;whiteSpace=wrap;html=1;" value="code_rome" vertex="1">
          <mxGeometry height="30" width="140" x="481" y="290" as="geometry" />
        </mxCell>
        <mxCell id="GHxzwjz7yCiV_zcave8q-17" parent="1" style="text;strokeColor=none;fillColor=none;align=left;verticalAlign=middle;spacingLeft=4;spacingRight=4;overflow=hidden;points=[[0,0.5],[1,0.5]];portConstraint=eastwest;rotatable=0;whiteSpace=wrap;html=1;" value="code_rncp" vertex="1">
          <mxGeometry height="30" width="140" x="481" y="330" as="geometry" />
        </mxCell>
        <mxCell id="GHxzwjz7yCiV_zcave8q-18" parent="1" style="text;html=1;whiteSpace=wrap;strokeColor=none;fillColor=none;align=center;verticalAlign=middle;rounded=0;" value="FK" vertex="1">
          <mxGeometry height="30" width="60" x="440" y="330" as="geometry" />
        </mxCell>
        <mxCell id="GHxzwjz7yCiV_zcave8q-19" parent="1" style="text;html=1;whiteSpace=wrap;strokeColor=none;fillColor=none;align=center;verticalAlign=middle;rounded=0;" value="VARCHAR(5)[]" vertex="1">
          <mxGeometry height="30" width="90" x="571.5" y="290" as="geometry" />
        </mxCell>
        <mxCell id="GHxzwjz7yCiV_zcave8q-20" parent="1" style="text;html=1;whiteSpace=wrap;strokeColor=none;fillColor=none;align=center;verticalAlign=middle;rounded=0;" value="INT" vertex="1">
          <mxGeometry height="30" width="73" x="584.5" y="330" as="geometry" />
        </mxCell>
        <mxCell id="GHxzwjz7yCiV_zcave8q-25" parent="1" style="text;html=1;whiteSpace=wrap;strokeColor=none;fillColor=none;align=center;verticalAlign=middle;rounded=0;" value="FK" vertex="1">
          <mxGeometry height="30" width="73" x="433.5" y="290" as="geometry" />
        </mxCell>
+         <mxCell id="Tm-9-QcNfQ9spIL5owFW-1" parent="1" style="shape=internalStorage;whiteSpace=wrap;html=1;backgroundOutline=1;dx=40;dy=30;" value="" vertex="1">
+           <mxGeometry height="130" width="270" x="-550" y="-210" as="geometry" />
+         </mxCell>
+         <mxCell id="Tm-9-QcNfQ9spIL5owFW-2" parent="1" style="text;html=1;whiteSpace=wrap;strokeColor=none;fillColor=none;align=center;verticalAlign=middle;rounded=0;" value="Siret" vertex="1">
+           <mxGeometry height="30" width="60" x="-480" y="-210" as="geometry" />
+         </mxCell>
+         <mxCell id="Tm-9-QcNfQ9spIL5owFW-3" parent="1" style="text;strokeColor=none;fillColor=none;align=left;verticalAlign=middle;spacingLeft=4;spacingRight=4;overflow=hidden;points=[[0,0.5],[1,0.5]];portConstraint=eastwest;rotatable=0;whiteSpace=wrap;html=1;" value="nom_raison_social" vertex="1">
+           <mxGeometry height="30" width="140" x="-510" y="-150" as="geometry" />
+         </mxCell>
+         <mxCell id="Tm-9-QcNfQ9spIL5owFW-4" parent="1" style="text;strokeColor=none;fillColor=none;align=left;verticalAlign=middle;spacingLeft=4;spacingRight=4;overflow=hidden;points=[[0,0.5],[1,0.5]];portConstraint=eastwest;rotatable=0;whiteSpace=wrap;html=1;" value="Région" vertex="1">
+           <mxGeometry height="30" width="140" x="-510" y="-115" as="geometry" />
+         </mxCell>
+         <mxCell id="Tm-9-QcNfQ9spIL5owFW-5" parent="1" style="text;html=1;whiteSpace=wrap;strokeColor=none;fillColor=none;align=center;verticalAlign=middle;rounded=0;" value="PK" vertex="1">
+           <mxGeometry height="30" width="38" x="-550" y="-180" as="geometry" />
+         </mxCell>
+         <mxCell id="Tm-9-QcNfQ9spIL5owFW-6" parent="1" style="text;html=1;whiteSpace=wrap;strokeColor=none;fillColor=none;align=center;verticalAlign=middle;rounded=0;" value="VARCHAR255" vertex="1">
+           <mxGeometry height="30" width="90" x="-380" y="-150" as="geometry" />
+         </mxCell>
+         <mxCell id="Tm-9-QcNfQ9spIL5owFW-7" parent="1" style="text;html=1;whiteSpace=wrap;strokeColor=none;fillColor=none;align=center;verticalAlign=middle;rounded=0;" value="INT" vertex="1">
+           <mxGeometry height="30" width="80" x="-380" y="-180" as="geometry" />
+         </mxCell>
+         <mxCell id="Tm-9-QcNfQ9spIL5owFW-8" parent="1" style="text;html=1;whiteSpace=wrap;strokeColor=none;fillColor=none;align=center;verticalAlign=middle;rounded=0;" value="INT" vertex="1">
+           <mxGeometry height="30" width="60" x="-340" y="-110" as="geometry" />
+         </mxCell>
+         <mxCell id="Tm-9-QcNfQ9spIL5owFW-9" parent="1" style="text;html=1;whiteSpace=wrap;strokeColor=none;fillColor=none;align=center;verticalAlign=middle;rounded=0;" value="Siret" vertex="1">
+           <mxGeometry height="30" width="60" x="-500" y="-180" as="geometry" />
+         </mxCell>
      </root>
    </mxGraphModel>
  </diagram>
</mxfile>
